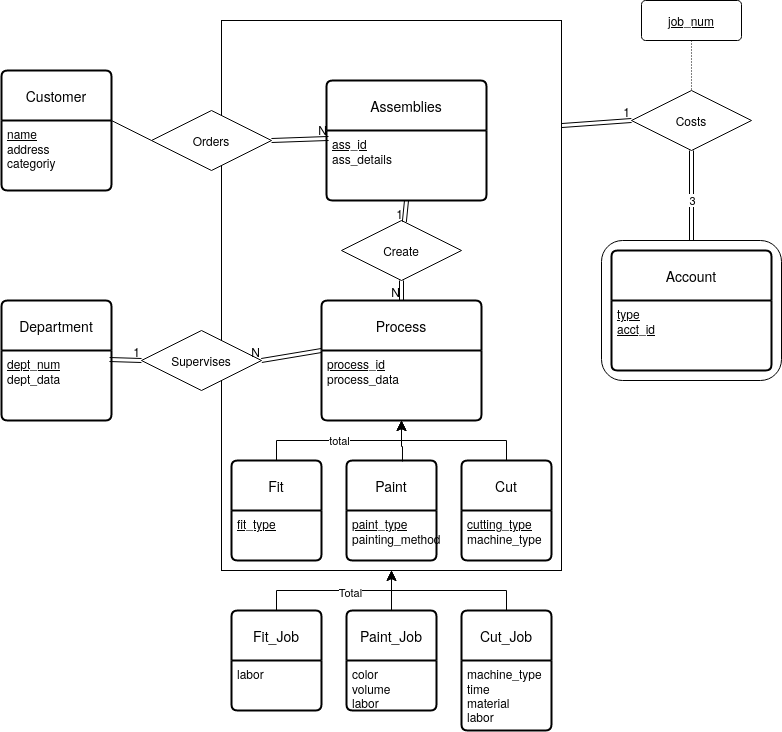
nurfnick/DBMS keeps this draw.io diagram as Project/Project.png. Above is the earlier version. Source tidied: cells renumbered, new cells last; positions are measured from the earlier drawing's top-left corner, leaving out a move shared by most shapes.
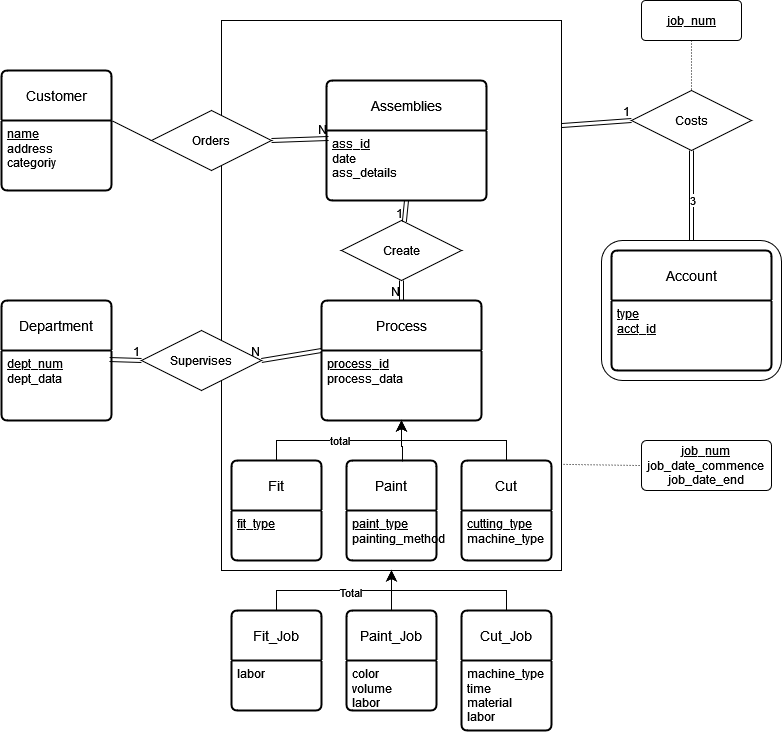
Later version of the same file.

The edit, as a diff of the source:
```diff
@@ -11,7 +11,7 @@
     <mxCell id="4" value="Assemblies" style="swimlane;horizontal=1;startSize=50;rounded=1;fontSize=14;fontStyle=0;strokeWidth=2;shadow=0;dashed=0;align=center;arcSize=4;whiteSpace=wrap;html=1;" parent="1" vertex="1">
       <mxGeometry x="325" y="80" width="160" height="120" as="geometry" />
     </mxCell>
-    <mxCell id="5" value="&lt;div&gt;&lt;u&gt;ass_id&lt;/u&gt;&lt;/div&gt;&lt;div&gt;ass_details&lt;br&gt;&lt;/div&gt;" style="align=left;strokeColor=none;fillColor=none;spacingLeft=4;fontSize=12;verticalAlign=top;html=1;" parent="4" vertex="1">
+    <mxCell id="5" value="&lt;div&gt;&lt;u&gt;ass_id&lt;/u&gt;&lt;/div&gt;&lt;div&gt;date&lt;u&gt;&lt;br&gt;&lt;/u&gt;&lt;/div&gt;&lt;div&gt;ass_details&lt;br&gt;&lt;/div&gt;" style="align=left;strokeColor=none;fillColor=none;spacingLeft=4;fontSize=12;verticalAlign=top;html=1;" parent="4" vertex="1">
       <mxGeometry y="50" width="160" height="70" as="geometry" />
     </mxCell>
     <mxCell id="6" value="Create" style="shape=rhombus;perimeter=rhombusPerimeter;whiteSpace=wrap;html=1;align=center;" parent="1" vertex="1">
@@ -176,5 +176,14 @@
     <mxCell id="54" style="endArrow=classic;html=1;rounded=0;exitX=0.5;exitY=0;exitDx=0;exitDy=0;entryX=0.5;entryY=1;entryDx=0;entryDy=0;" parent="1" edge="1" source="45" target="3">
       <mxGeometry relative="1" as="geometry" />
     </mxCell>
+    <mxCell id="55" value="&lt;div&gt;&lt;u&gt;job_num&lt;br&gt;&lt;/u&gt;&lt;/div&gt;&lt;div&gt;job_date_commence&lt;u&gt;&lt;br&gt;&lt;/u&gt;&lt;div&gt;job_date_end&lt;/div&gt;&lt;/div&gt;" style="rounded=1;arcSize=10;whiteSpace=wrap;html=1;align=center;" parent="1" vertex="1">
+      <mxGeometry x="640" y="440" width="130" height="50" as="geometry" />
+    </mxCell>
+    <mxCell id="56" style="endArrow=none;html=1;rounded=0;dashed=1;dashPattern=1 2;exitX=1.006;exitY=0.807;exitDx=0;exitDy=0;exitPerimeter=0;entryX=0;entryY=0.5;entryDx=0;entryDy=0;" parent="1" edge="1" source="3" target="55">
+      <mxGeometry relative="1" as="geometry" />
+    </mxCell>
+    <mxCell id="57" style="html=1;whiteSpace=wrap;align=right;verticalAlign=bottom;" parent="56" vertex="1">
+      <mxGeometry x="1" relative="1" as="geometry" />
+    </mxCell>
   </root>
 </mxGraphModel>
```
